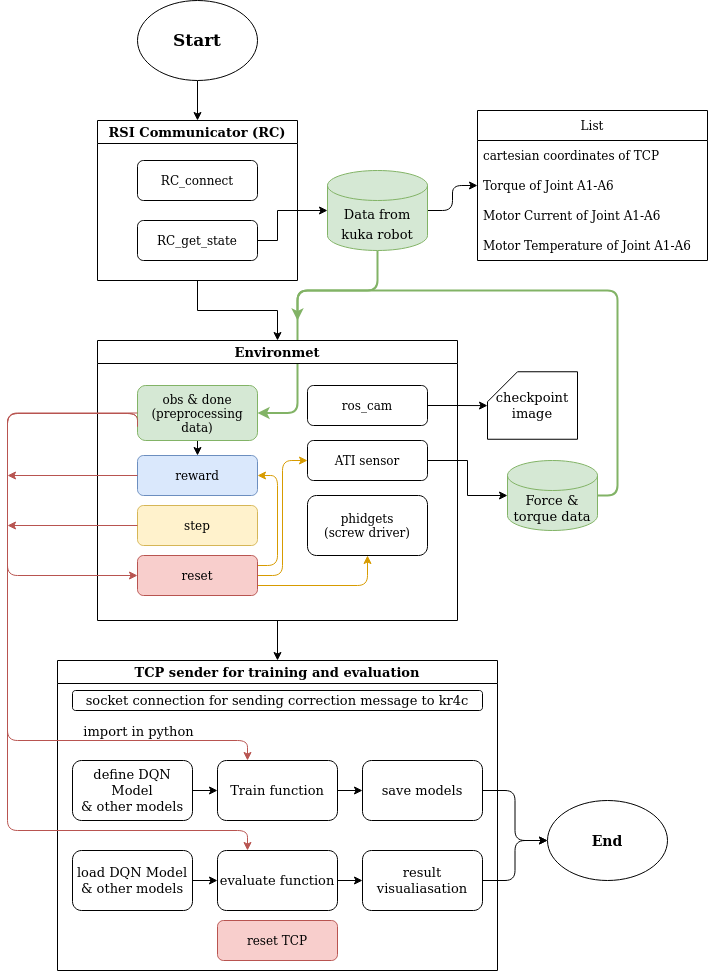
This is New_Worflow.png from TONiiV/flowcharts, a draw.io export, as it was before one commit. Source tidied: cells renumbered, new cells last; positions are measured from the earlier drawing's top-left corner, leaving out a move shared by most shapes.
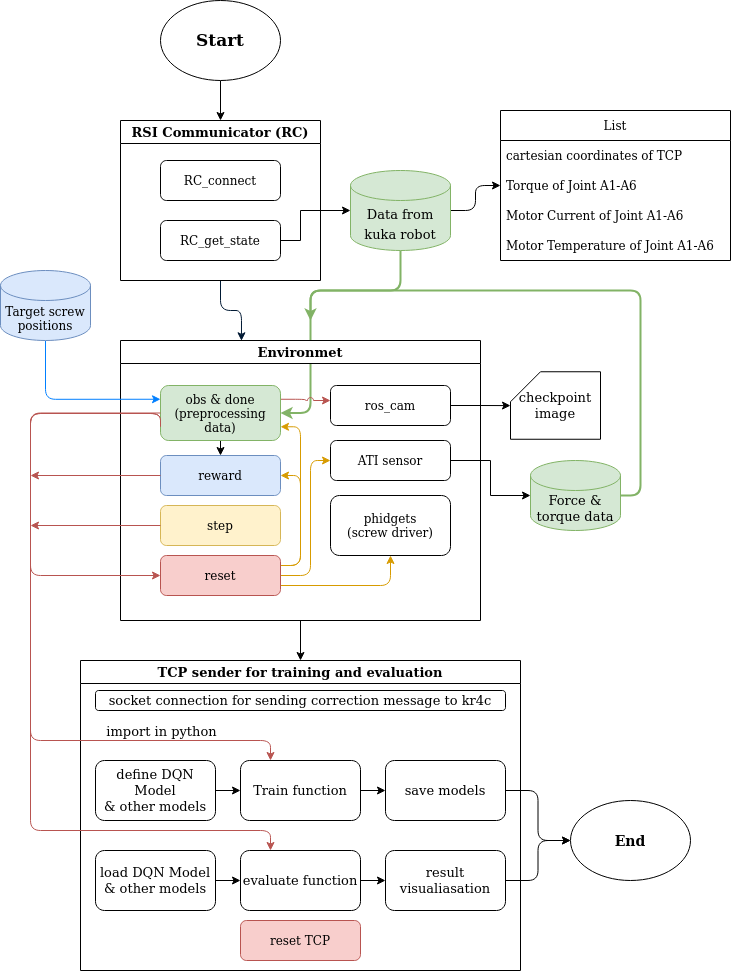
Later version of the same file.

What changed in the source:
```diff
@@ -26,8 +26,8 @@
       <mxGeometry relative="1" as="geometry">
         <Array as="points">
           <mxPoint x="370" y="290" />
-          <mxPoint x="290" y="290" />
-          <mxPoint x="290" y="413" />
+          <mxPoint x="280" y="290" />
+          <mxPoint x="280" y="413" />
         </Array>
       </mxGeometry>
     </mxCell>
@@ -64,6 +64,14 @@
         </Array>
       </mxGeometry>
     </mxCell>
+    <mxCell id="57" style="edgeStyle=orthogonalEdgeStyle;rounded=1;jettySize=auto;html=1;exitX=1;exitY=0.25;exitDx=0;exitDy=0;strokeColor=#b85450;fillColor=#f8cecc;jumpStyle=arc;" parent="11" edge="1" source="17" target="12">
+      <mxGeometry relative="1" as="geometry">
+        <Array as="points">
+          <mxPoint x="185" y="59" />
+          <mxPoint x="185" y="60" />
+        </Array>
+      </mxGeometry>
+    </mxCell>
     <mxCell id="17" value="&lt;div&gt;obs &amp;amp; done&lt;br&gt;&lt;/div&gt;&lt;div&gt;(preprocessing data)&lt;/div&gt;" style="rounded=1;whiteSpace=wrap;html=1;fontSize=12;glass=0;strokeWidth=1;shadow=0;fillColor=#d5e8d4;strokeColor=#82b366;" parent="11" vertex="1">
       <mxGeometry x="40" y="45" width="120" height="55" as="geometry" />
     </mxCell>
@@ -80,12 +88,20 @@
       <mxGeometry relative="1" as="geometry" />
     </mxCell>
     <mxCell id="22" style="edgeStyle=orthogonalEdgeStyle;rounded=1;jettySize=auto;html=1;exitX=1;exitY=0.5;exitDx=0;exitDy=0;entryX=0;entryY=0.5;entryDx=0;entryDy=0;fontSize=13;strokeWidth=1;fillColor=#ffe6cc;strokeColor=#d79b00;" parent="11" edge="1" source="23" target="13">
-      <mxGeometry relative="1" as="geometry" />
+      <mxGeometry relative="1" as="geometry">
+        <Array as="points">
+          <mxPoint x="190" y="235" />
+          <mxPoint x="190" y="120" />
+        </Array>
+      </mxGeometry>
     </mxCell>
+    <mxCell id="58" style="edgeStyle=orthogonalEdgeStyle;rounded=1;jettySize=auto;html=1;exitX=1;exitY=0.25;exitDx=0;exitDy=0;entryX=1;entryY=0.75;entryDx=0;entryDy=0;strokeColor=#d79b00;fillColor=#ffe6cc;" parent="11" edge="1" source="23" target="17">
+      <mxGeometry relative="1" as="geometry" />
+    </mxCell>
     <mxCell id="23" value="reset" style="rounded=1;whiteSpace=wrap;html=1;fontSize=12;glass=0;strokeWidth=1;shadow=0;fillColor=#f8cecc;strokeColor=#b85450;" parent="11" vertex="1">
       <mxGeometry x="40" y="215" width="120" height="40" as="geometry" />
     </mxCell>
-    <mxCell id="24" style="edgeStyle=orthogonalEdgeStyle;rounded=0;jettySize=auto;html=1;exitX=0.5;exitY=1;exitDx=0;exitDy=0;fontSize=13;" parent="1" edge="1" source="25" target="11">
+    <mxCell id="24" style="edgeStyle=orthogonalEdgeStyle;rounded=1;jumpStyle=arc;jettySize=auto;html=1;exitX=0.5;exitY=1;exitDx=0;exitDy=0;entryX=0.336;entryY=0.001;entryDx=0;entryDy=0;entryPerimeter=0;strokeColor=#001933;" parent="1" edge="1" source="25" target="11">
       <mxGeometry relative="1" as="geometry" />
     </mxCell>
     <mxCell id="25" value="RSI Communicator (RC)" style="swimlane;fontSize=13;" parent="1" vertex="1">
@@ -93,11 +109,12 @@
     </mxCell>
     <mxCell id="26" style="edgeStyle=orthogonalEdgeStyle;rounded=1;jettySize=auto;html=1;fontSize=13;fillColor=#d5e8d4;strokeColor=#82b366;strokeWidth=2;" parent="1" edge="1" source="27">
       <mxGeometry relative="1" as="geometry">
-        <mxPoint x="290" y="320" as="targetPoint" />
+        <mxPoint x="280" y="320" as="targetPoint" />
         <Array as="points">
           <mxPoint x="610" y="495" />
           <mxPoint x="610" y="290" />
-          <mxPoint x="290" y="290" />
+          <mxPoint x="280" y="290" />
+          <mxPoint x="280" y="320" />
         </Array>
       </mxGeometry>
     </mxCell>
@@ -210,5 +227,11 @@
     <mxCell id="56" value="Motor Temperature of Joint A1-A6 " style="text;strokeColor=none;fillColor=none;align=left;verticalAlign=middle;spacingLeft=4;spacingRight=4;overflow=hidden;fontSize=12;" parent="52" vertex="1">
       <mxGeometry y="120" width="230" height="30" as="geometry" />
     </mxCell>
+    <mxCell id="59" style="edgeStyle=orthogonalEdgeStyle;rounded=1;jettySize=auto;html=1;exitX=0.5;exitY=1;exitDx=0;exitDy=0;exitPerimeter=0;entryX=0;entryY=0.25;entryDx=0;entryDy=0;strokeColor=#007FFF;" parent="1" edge="1" source="60" target="17">
+      <mxGeometry relative="1" as="geometry" />
+    </mxCell>
+    <mxCell id="60" value="Target screw positions" style="shape=cylinder3;whiteSpace=wrap;html=1;boundedLbl=1;backgroundOutline=1;size=15;fillColor=#dae8fc;strokeColor=#6c8ebf;" parent="1" vertex="1">
+      <mxGeometry x="-30" y="270" width="90" height="70" as="geometry" />
+    </mxCell>
   </root>
 </mxGraphModel>
```
